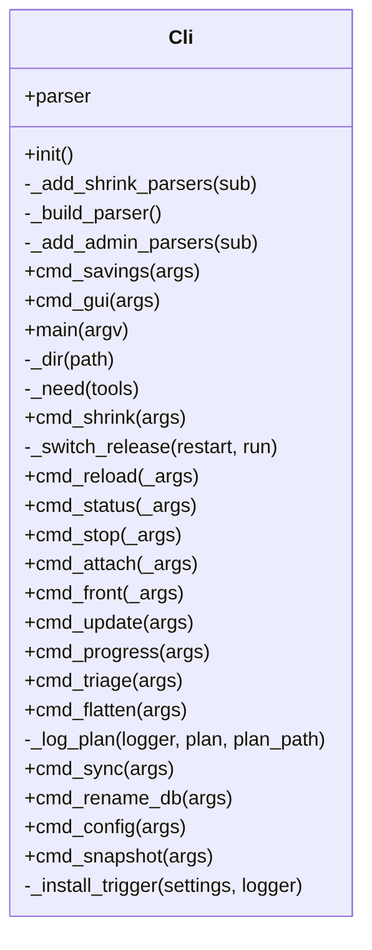
Above: docs/img/uml_cli.png in peddanet/mediatools (Mermaid), before the change. Its source is kept beside it as docs/img/uml_cli.mmd.
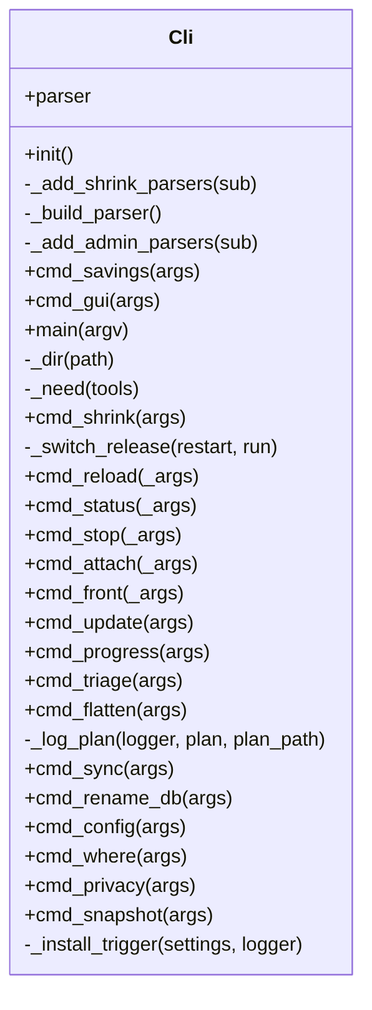
Later version of the same file.

What changed in the source:
```diff
@@ -26,6 +26,8 @@
     +cmd_sync(args)
     +cmd_rename_db(args)
     +cmd_config(args)
+    +cmd_where(args)
+    +cmd_privacy(args)
     +cmd_snapshot(args)
     -_install_trigger(settings, logger)
   }
```
